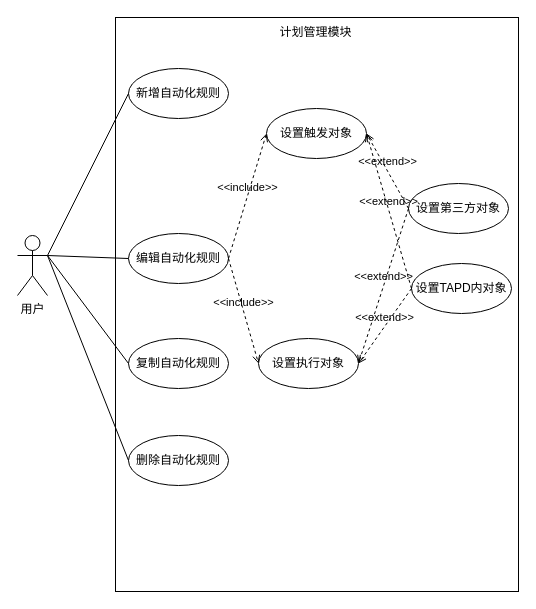
qf2020/drawio keeps this draw.io diagram as 计划管理模块用例图.drawio. Above is the earlier version. Source tidied: cells renumbered, new cells numbered last; positions are measured from the earlier drawing's top-left corner, leaving out a move shared by most shapes. Both pictures are drawn from the tidied source at 100%, with x=0, y=0 at pixel (17, 17).
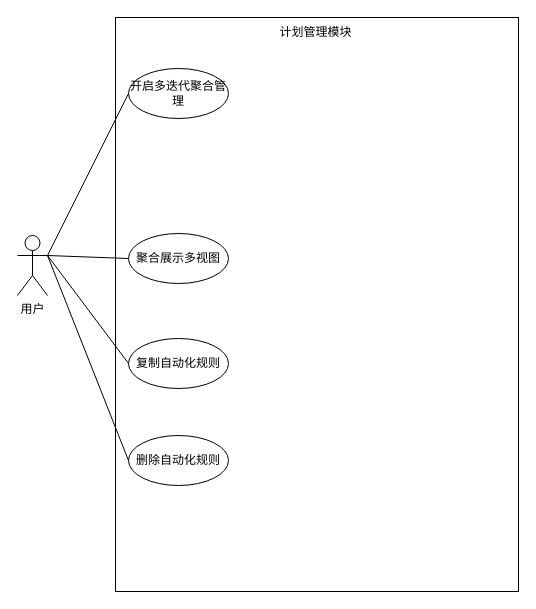
After the change.

Commit message (it also covers changes not shown here):
更新计划管理模块用例图.drawio

Change to the diagram source:
```diff
@@
-    <mxCell id="5" value="编辑自动化规则" style="ellipse;whiteSpace=wrap;html=1;" parent="1" vertex="1">
+    <mxCell id="5" value="聚合展示多视图" style="ellipse;whiteSpace=wrap;html=1;" parent="1" vertex="1">
       <mxGeometry x="111" y="216" width="100" height="50" as="geometry" />
     </mxCell>
@@
-    <mxCell id="7" value="新增自动化规则" style="ellipse;whiteSpace=wrap;html=1;" parent="1" vertex="1">
+    <mxCell id="7" value="开启多迭代聚合管理" style="ellipse;whiteSpace=wrap;html=1;" parent="1" vertex="1">
       <mxGeometry x="111" y="51" width="100" height="50" as="geometry" />
     </mxCell>
@@
-    <mxCell id="13" value="设置触发对象" style="ellipse;whiteSpace=wrap;html=1;" parent="1" vertex="1">
-      <mxGeometry x="249" y="91" width="100" height="50" as="geometry" />
-    </mxCell>
-    <mxCell id="14" value="设置执行对象" style="ellipse;whiteSpace=wrap;html=1;" parent="1" vertex="1">
-      <mxGeometry x="241" y="321" width="100" height="50" as="geometry" />
-    </mxCell>
-    <mxCell id="15" value="&amp;lt;&amp;lt;include&amp;gt;&amp;gt;" style="html=1;verticalAlign=bottom;labelBackgroundColor=none;endArrow=open;endFill=0;dashed=1;rounded=0;exitX=1;exitY=0.5;exitDx=0;exitDy=0;entryX=0;entryY=0.5;entryDx=0;entryDy=0;" parent="1" edge="1" source="5" target="13">
-      <mxGeometry relative="1" as="geometry" />
-    </mxCell>
-    <mxCell id="16" value="&amp;lt;&amp;lt;include&amp;gt;&amp;gt;" style="html=1;verticalAlign=bottom;labelBackgroundColor=none;endArrow=open;endFill=0;dashed=1;rounded=0;exitX=1;exitY=0.5;exitDx=0;exitDy=0;entryX=0;entryY=0.5;entryDx=0;entryDy=0;" parent="1" edge="1" source="5" target="14">
-      <mxGeometry relative="1" as="geometry" />
-    </mxCell>
-    <mxCell id="17" value="设置第三方对象" style="ellipse;whiteSpace=wrap;html=1;" parent="1" vertex="1">
-      <mxGeometry x="391" y="166" width="100" height="50" as="geometry" />
-    </mxCell>
-    <mxCell id="18" value="设置TAPD内对象" style="ellipse;whiteSpace=wrap;html=1;" parent="1" vertex="1">
-      <mxGeometry x="394" y="246" width="100" height="50" as="geometry" />
-    </mxCell>
-    <mxCell id="19" value="&amp;lt;&amp;lt;extend&amp;gt;&amp;gt;" style="html=1;verticalAlign=bottom;labelBackgroundColor=none;endArrow=open;endFill=0;dashed=1;rounded=0;exitX=0;exitY=0.5;exitDx=0;exitDy=0;entryX=1;entryY=0.5;entryDx=0;entryDy=0;" parent="1" edge="1" source="17" target="13">
-      <mxGeometry relative="1" as="geometry" />
-    </mxCell>
-    <mxCell id="20" value="&amp;lt;&amp;lt;extend&amp;gt;&amp;gt;" style="html=1;verticalAlign=bottom;labelBackgroundColor=none;endArrow=open;endFill=0;dashed=1;rounded=0;exitX=0;exitY=0.5;exitDx=0;exitDy=0;entryX=1;entryY=0.5;entryDx=0;entryDy=0;" parent="1" edge="1" source="18" target="14">
-      <mxGeometry relative="1" as="geometry" />
-    </mxCell>
-    <mxCell id="21" value="&amp;lt;&amp;lt;extend&amp;gt;&amp;gt;" style="html=1;verticalAlign=bottom;labelBackgroundColor=none;endArrow=open;endFill=0;dashed=1;rounded=0;exitX=0;exitY=0.5;exitDx=0;exitDy=0;entryX=1;entryY=0.5;entryDx=0;entryDy=0;" parent="1" edge="1" source="18" target="13">
-      <mxGeometry relative="1" as="geometry" />
-    </mxCell>
-    <mxCell id="22" value="&amp;lt;&amp;lt;extend&amp;gt;&amp;gt;" style="html=1;verticalAlign=bottom;labelBackgroundColor=none;endArrow=open;endFill=0;dashed=1;rounded=0;exitX=0;exitY=0.5;exitDx=0;exitDy=0;entryX=1;entryY=0.5;entryDx=0;entryDy=0;" parent="1" edge="1" source="17" target="14">
-      <mxGeometry relative="1" as="geometry" />
-    </mxCell>
```
